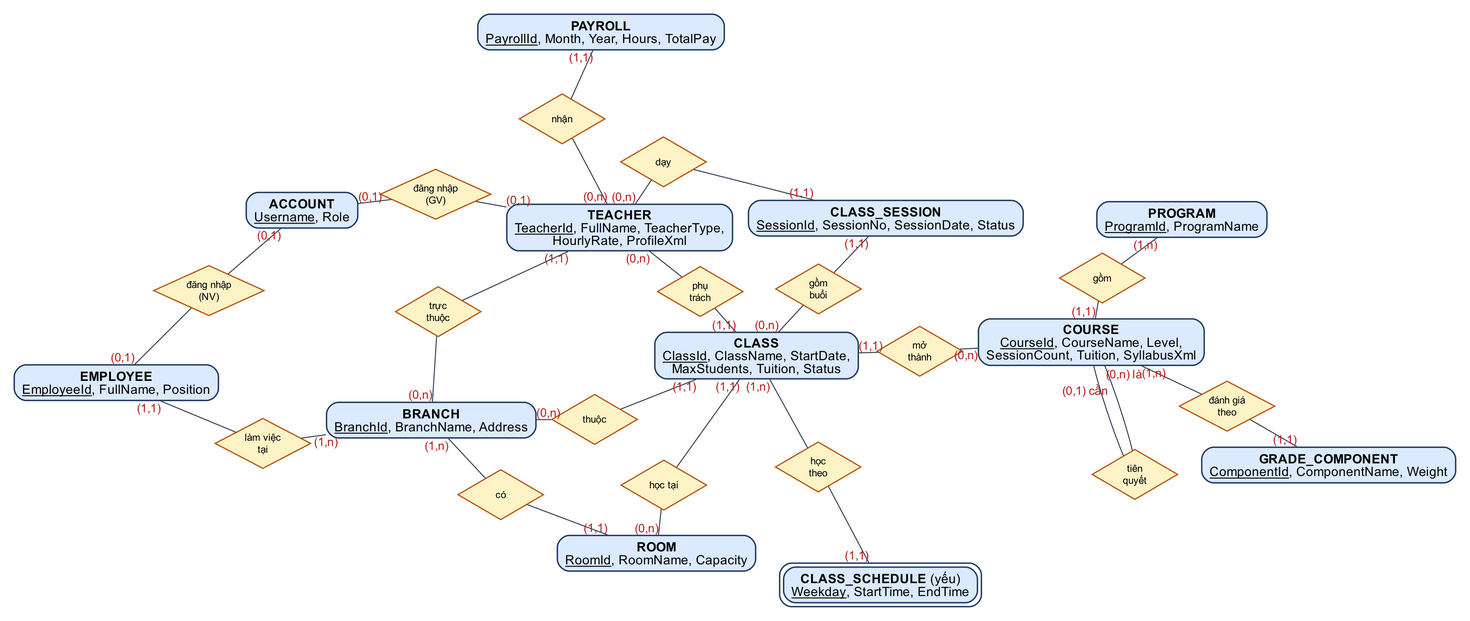
Before: docs/report/images/diagrams/erd_1_organization_training.png, a diagram exported from Graphviz (nhutruong-uit/imcp). Its source is kept beside it as docs/report/diagrams/erd_1_organization_training.dot. The source it was exported from:
```dot
graph ERD1 {
  graph [layout=neato, overlap=prism, overlap_scaling=-2, splines=true, sep="+8", esep="+4", fontname="Arial", pad=0.2, dpi=220, start=7];
  node  [fontname="Arial", fontsize=13];
  edge  [fontname="Arial", fontsize=12, color="#334155", labelfontcolor="#B91C1C", labelfontsize=12, len=1.1];

  node [shape=box, style="filled,rounded", fillcolor="#DBEAFE", color="#1F3864", penwidth=1.4];
  BRANCH [label=<<B>BRANCH</B><BR/><U>BranchId</U>, BranchName, Address>];
  ROOM [label=<<B>ROOM</B><BR/><U>RoomId</U>, RoomName, Capacity>];
  EMPLOYEE [label=<<B>EMPLOYEE</B><BR/><U>EmployeeId</U>, FullName, Position>];
  TEACHER [label=<<B>TEACHER</B><BR/><U>TeacherId</U>, FullName, TeacherType,<BR/>HourlyRate, ProfileXml>];
  ACCOUNT [label=<<B>ACCOUNT</B><BR/><U>Username</U>, Role>];
  PROGRAM [label=<<B>PROGRAM</B><BR/><U>ProgramId</U>, ProgramName>];
  COURSE [label=<<B>COURSE</B><BR/><U>CourseId</U>, CourseName, Level,<BR/>SessionCount, Tuition, SyllabusXml>];
  GRADE_COMPONENT [label=<<B>GRADE_COMPONENT</B><BR/><U>ComponentId</U>, ComponentName, Weight>];
  CLASS [label=<<B>CLASS</B><BR/><U>ClassId</U>, ClassName, StartDate,<BR/>MaxStudents, Tuition, Status>];
  CLASS_SCHEDULE [label=<<B>CLASS_SCHEDULE</B> (yếu)<BR/><U>Weekday</U>, StartTime, EndTime>, peripheries=2];
  CLASS_SESSION [label=<<B>CLASS_SESSION</B><BR/><U>SessionId</U>, SessionNo, SessionDate, Status>];
  PAYROLL [label=<<B>PAYROLL</B><BR/><U>PayrollId</U>, Month, Year, Hours, TotalPay>];

  node [shape=diamond, style=filled, fillcolor="#FEF3C7", color="#B45309", penwidth=1.2, fontsize=10, width=1.2, height=0.7];
  r_co [label="có"]; r_tuyen [label="làm việc\ntại"]; r_ql [label="trực\nthuộc"];
  r_tkNV [label="đăng nhập\n(NV)"]; r_tkGV [label="đăng nhập\n(GV)"];
  r_gom [label="gồm"]; r_tq [label="tiên\nquyết"]; r_dg [label="đánh giá\ntheo"];
  r_mo [label="mở\nthành"]; r_cn [label="thuộc"]; r_pt [label="phụ\ntrách"]; r_ph [label="học tại"];
  r_lich [label="học\ntheo"]; r_gom2 [label="gồm\nbuổi"]; r_day [label="dạy"]; r_luong [label="nhận"];

  BRANCH -- r_co [taillabel="(1,n)"]; r_co -- ROOM [headlabel="(1,1)"];
  EMPLOYEE -- r_tuyen [taillabel="(1,1)"]; r_tuyen -- BRANCH [headlabel="(1,n)"];
  TEACHER -- r_ql [taillabel="(1,1)"]; r_ql -- BRANCH [headlabel="(0,n)"];
  ACCOUNT -- r_tkNV [taillabel="(0,1)"]; r_tkNV -- EMPLOYEE [headlabel="(0,1)"];
  ACCOUNT -- r_tkGV [taillabel="(0,1)"]; r_tkGV -- TEACHER [headlabel="(0,1)"];
  PROGRAM -- r_gom [taillabel="(1,n)"]; r_gom -- COURSE [headlabel="(1,1)"];
  COURSE -- r_tq [taillabel="(0,1) cần", labelangle=-60, labeldistance=3.2]; r_tq -- COURSE [headlabel="(0,n) là", labelangle=60, labeldistance=3.2];
  COURSE -- r_dg [taillabel="(1,n)"]; r_dg -- GRADE_COMPONENT [headlabel="(1,1)"];
  COURSE -- r_mo [taillabel="(0,n)"]; r_mo -- CLASS [headlabel="(1,1)"];
  CLASS -- r_cn [taillabel="(1,1)"]; r_cn -- BRANCH [headlabel="(0,n)"];
  TEACHER -- r_pt [taillabel="(0,n)"]; r_pt -- CLASS [headlabel="(1,1)"];
  CLASS -- r_ph [taillabel="(1,1)"]; r_ph -- ROOM [headlabel="(0,n)"];
  CLASS -- r_lich [taillabel="(1,n)"]; r_lich -- CLASS_SCHEDULE [headlabel="(1,1)"];
  CLASS -- r_gom2 [taillabel="(0,n)"]; r_gom2 -- CLASS_SESSION [headlabel="(1,1)"];
  TEACHER -- r_day [taillabel="(0,n)"]; r_day -- CLASS_SESSION [headlabel="(1,1)"];
  TEACHER -- r_luong [taillabel="(0,n)"]; r_luong -- PAYROLL [headlabel="(1,1)"];
}
```
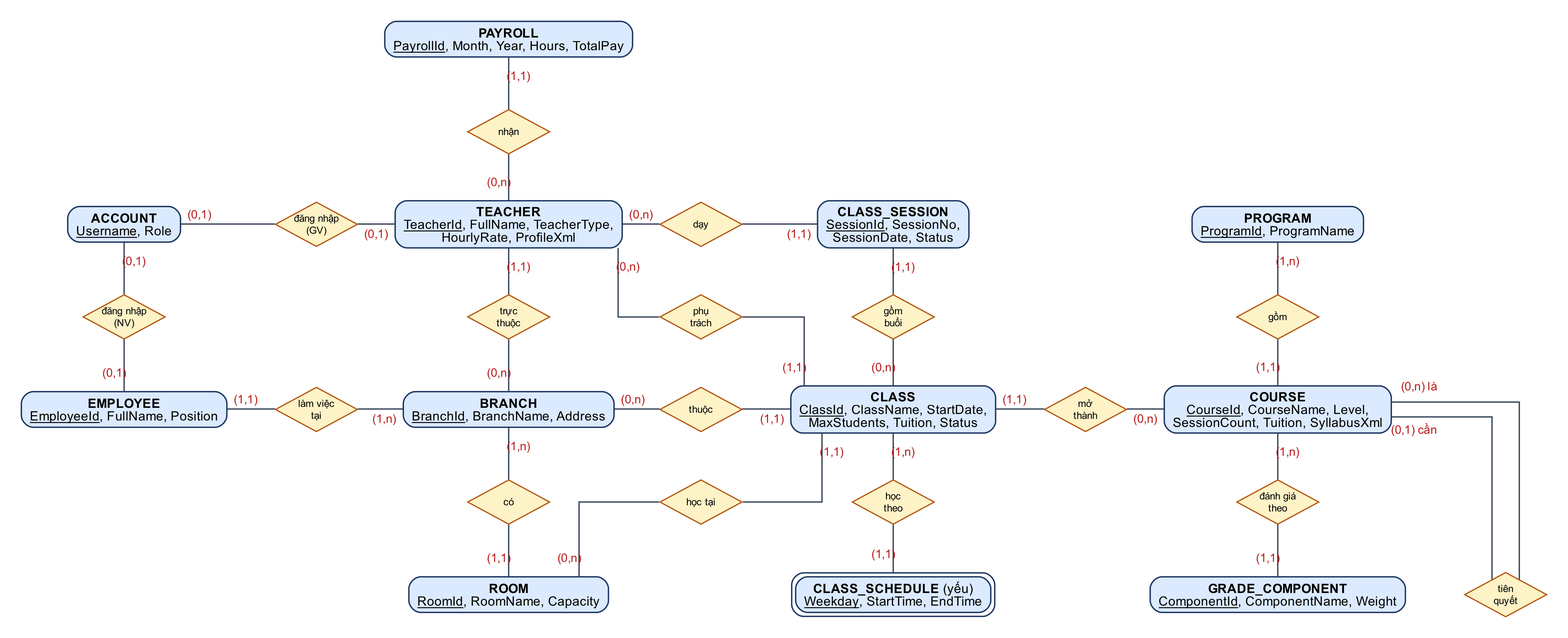
After the commit.

What changed in the source:
```diff
@@ -1,43 +1,55 @@
 graph ERD1 {
-  graph [layout=neato, overlap=prism, overlap_scaling=-2, splines=true, sep="+8", esep="+4", fontname="Arial", pad=0.2, dpi=220, start=7];
-  node  [fontname="Arial", fontsize=13];
-  edge  [fontname="Arial", fontsize=12, color="#334155", labelfontcolor="#B91C1C", labelfontsize=12, len=1.1];
+  graph [layout=neato, splines=ortho, fontname="Arial", pad=0.3, dpi=220, outputorder=edgesfirst];
+  node  [fontname="Arial", fontsize=13, pin=true];
+  edge  [fontname="Arial", fontsize=12, color="#334155", penwidth=1.3, labelfontcolor="#B91C1C", labelfontsize=12,
+         labeldistance=2.1, labelangle=28];
 
-  node [shape=box, style="filled,rounded", fillcolor="#DBEAFE", color="#1F3864", penwidth=1.4];
-  BRANCH [label=<<B>BRANCH</B><BR/><U>BranchId</U>, BranchName, Address>];
-  ROOM [label=<<B>ROOM</B><BR/><U>RoomId</U>, RoomName, Capacity>];
-  EMPLOYEE [label=<<B>EMPLOYEE</B><BR/><U>EmployeeId</U>, FullName, Position>];
-  TEACHER [label=<<B>TEACHER</B><BR/><U>TeacherId</U>, FullName, TeacherType,<BR/>HourlyRate, ProfileXml>];
-  ACCOUNT [label=<<B>ACCOUNT</B><BR/><U>Username</U>, Role>];
-  PROGRAM [label=<<B>PROGRAM</B><BR/><U>ProgramId</U>, ProgramName>];
-  COURSE [label=<<B>COURSE</B><BR/><U>CourseId</U>, CourseName, Level,<BR/>SessionCount, Tuition, SyllabusXml>];
-  GRADE_COMPONENT [label=<<B>GRADE_COMPONENT</B><BR/><U>ComponentId</U>, ComponentName, Weight>];
-  CLASS [label=<<B>CLASS</B><BR/><U>ClassId</U>, ClassName, StartDate,<BR/>MaxStudents, Tuition, Status>];
-  CLASS_SCHEDULE [label=<<B>CLASS_SCHEDULE</B> (yếu)<BR/><U>Weekday</U>, StartTime, EndTime>, peripheries=2];
-  CLASS_SESSION [label=<<B>CLASS_SESSION</B><BR/><U>SessionId</U>, SessionNo, SessionDate, Status>];
-  PAYROLL [label=<<B>PAYROLL</B><BR/><U>PayrollId</U>, Month, Year, Hours, TotalPay>];
+  node [shape=box, style="filled,rounded", fillcolor="#DBEAFE", color="#1F3864", penwidth=1.4, margin="0.12,0.06"];
+  PAYROLL [pos="5.4,7.8!", label=<<B>PAYROLL</B><BR/><U>PayrollId</U>, Month, Year, Hours, TotalPay>];
+  ACCOUNT [pos="0,5.2!", label=<<B>ACCOUNT</B><BR/><U>Username</U>, Role>];
+  TEACHER [pos="5.4,5.2!", label=<<B>TEACHER</B><BR/><U>TeacherId</U>, FullName, TeacherType,<BR/>HourlyRate, ProfileXml>];
+  CLASS_SESSION [pos="10.8,5.2!", label=<<B>CLASS_SESSION</B><BR/><U>SessionId</U>, SessionNo,<BR/>SessionDate, Status>];
+  PROGRAM [pos="16.2,5.2!", label=<<B>PROGRAM</B><BR/><U>ProgramId</U>, ProgramName>];
+  EMPLOYEE [pos="0,2.6!", label=<<B>EMPLOYEE</B><BR/><U>EmployeeId</U>, FullName, Position>];
+  BRANCH [pos="5.4,2.6!", label=<<B>BRANCH</B><BR/><U>BranchId</U>, BranchName, Address>];
+  CLASS [pos="10.8,2.6!", label=<<B>CLASS</B><BR/><U>ClassId</U>, ClassName, StartDate,<BR/>MaxStudents, Tuition, Status>];
+  COURSE [pos="16.2,2.6!", label=<<B>COURSE</B><BR/><U>CourseId</U>, CourseName, Level,<BR/>SessionCount, Tuition, SyllabusXml>];
+  ROOM [pos="5.4,0!", label=<<B>ROOM</B><BR/><U>RoomId</U>, RoomName, Capacity>];
+  CLASS_SCHEDULE [pos="10.8,0!", label=<<B>CLASS_SCHEDULE</B> (yếu)<BR/><U>Weekday</U>, StartTime, EndTime>, peripheries=2];
+  GRADE_COMPONENT [pos="16.2,0!", label=<<B>GRADE_COMPONENT</B><BR/><U>ComponentId</U>, ComponentName, Weight>];
 
-  node [shape=diamond, style=filled, fillcolor="#FEF3C7", color="#B45309", penwidth=1.2, fontsize=10, width=1.2, height=0.7];
-  r_co [label="có"]; r_tuyen [label="làm việc\ntại"]; r_ql [label="trực\nthuộc"];
-  r_tkNV [label="đăng nhập\n(NV)"]; r_tkGV [label="đăng nhập\n(GV)"];
-  r_gom [label="gồm"]; r_tq [label="tiên\nquyết"]; r_dg [label="đánh giá\ntheo"];
-  r_mo [label="mở\nthành"]; r_cn [label="thuộc"]; r_pt [label="phụ\ntrách"]; r_ph [label="học tại"];
-  r_lich [label="học\ntheo"]; r_gom2 [label="gồm\nbuổi"]; r_day [label="dạy"]; r_luong [label="nhận"];
+  node [shape=diamond, style=filled, fillcolor="#FEF3C7", color="#B45309", penwidth=1.2, fontsize=10, width=1.15, height=0.62, margin=0];
+  r_luong [pos="5.4,6.5!", label="nhận"];
+  r_tkGV [pos="2.7,5.2!", label="đăng nhập\n(GV)"];
+  r_day [pos="8.1,5.2!", label="dạy"];
+  r_tkNV [pos="0,3.9!", label="đăng nhập\n(NV)"];
+  r_ql [pos="5.4,3.9!", label="trực\nthuộc"];
+  r_pt [pos="8.1,3.9!", label="phụ\ntrách"];
+  r_gom2 [pos="10.8,3.9!", label="gồm\nbuổi"];
+  r_gom [pos="16.2,3.9!", label="gồm"];
+  r_tuyen [pos="2.7,2.6!", label="làm việc\ntại"];
+  r_cn [pos="8.1,2.6!", label="thuộc"];
+  r_mo [pos="13.5,2.6!", label="mở\nthành"];
+  r_tq [pos="19.4,0!", label="tiên\nquyết"];
+  r_co [pos="5.4,1.3!", label="có"];
+  r_ph [pos="8.1,1.3!", label="học tại"];
+  r_lich [pos="10.8,1.3!", label="học\ntheo"];
+  r_dg [pos="16.2,1.3!", label="đánh giá\ntheo"];
 
+  TEACHER -- r_luong [taillabel="(0,n)"]; r_luong -- PAYROLL [headlabel="(1,1)"];
+  ACCOUNT -- r_tkGV [taillabel="(0,1)"]; r_tkGV -- TEACHER [headlabel="(0,1)"];
+  TEACHER -- r_day [taillabel="(0,n)"]; r_day -- CLASS_SESSION [headlabel="(1,1)"];
+  ACCOUNT -- r_tkNV [taillabel="(0,1)"]; r_tkNV -- EMPLOYEE [headlabel="(0,1)"];
+  TEACHER -- r_ql [taillabel="(1,1)"]; r_ql -- BRANCH [headlabel="(0,n)"];
+  TEACHER -- r_pt [taillabel="(0,n)"]; r_pt -- CLASS [headlabel="(1,1)"];
+  CLASS -- r_gom2 [taillabel="(0,n)"]; r_gom2 -- CLASS_SESSION [headlabel="(1,1)"];
+  PROGRAM -- r_gom [taillabel="(1,n)"]; r_gom -- COURSE [headlabel="(1,1)"];
+  EMPLOYEE -- r_tuyen [taillabel="(1,1)"]; r_tuyen -- BRANCH [headlabel="(1,n)"];
+  CLASS -- r_cn [taillabel="(1,1)"]; r_cn -- BRANCH [headlabel="(0,n)"];
+  COURSE -- r_mo [taillabel="(0,n)"]; r_mo -- CLASS [headlabel="(1,1)"];
+  COURSE -- r_tq [taillabel="(0,1) cần", labelangle=-30, labeldistance=2.6]; r_tq -- COURSE [headlabel="(0,n) là", labelangle=30, labeldistance=3.2];
   BRANCH -- r_co [taillabel="(1,n)"]; r_co -- ROOM [headlabel="(1,1)"];
-  EMPLOYEE -- r_tuyen [taillabel="(1,1)"]; r_tuyen -- BRANCH [headlabel="(1,n)"];
-  TEACHER -- r_ql [taillabel="(1,1)"]; r_ql -- BRANCH [headlabel="(0,n)"];
-  ACCOUNT -- r_tkNV [taillabel="(0,1)"]; r_tkNV -- EMPLOYEE [headlabel="(0,1)"];
-  ACCOUNT -- r_tkGV [taillabel="(0,1)"]; r_tkGV -- TEACHER [headlabel="(0,1)"];
-  PROGRAM -- r_gom [taillabel="(1,n)"]; r_gom -- COURSE [headlabel="(1,1)"];
-  COURSE -- r_tq [taillabel="(0,1) cần", labelangle=-60, labeldistance=3.2]; r_tq -- COURSE [headlabel="(0,n) là", labelangle=60, labeldistance=3.2];
-  COURSE -- r_dg [taillabel="(1,n)"]; r_dg -- GRADE_COMPONENT [headlabel="(1,1)"];
-  COURSE -- r_mo [taillabel="(0,n)"]; r_mo -- CLASS [headlabel="(1,1)"];
-  CLASS -- r_cn [taillabel="(1,1)"]; r_cn -- BRANCH [headlabel="(0,n)"];
-  TEACHER -- r_pt [taillabel="(0,n)"]; r_pt -- CLASS [headlabel="(1,1)"];
   CLASS -- r_ph [taillabel="(1,1)"]; r_ph -- ROOM [headlabel="(0,n)"];
   CLASS -- r_lich [taillabel="(1,n)"]; r_lich -- CLASS_SCHEDULE [headlabel="(1,1)"];
-  CLASS -- r_gom2 [taillabel="(0,n)"]; r_gom2 -- CLASS_SESSION [headlabel="(1,1)"];
-  TEACHER -- r_day [taillabel="(0,n)"]; r_day -- CLASS_SESSION [headlabel="(1,1)"];
-  TEACHER -- r_luong [taillabel="(0,n)"]; r_luong -- PAYROLL [headlabel="(1,1)"];
+  COURSE -- r_dg [taillabel="(1,n)"]; r_dg -- GRADE_COMPONENT [headlabel="(1,1)"];
 }
```
